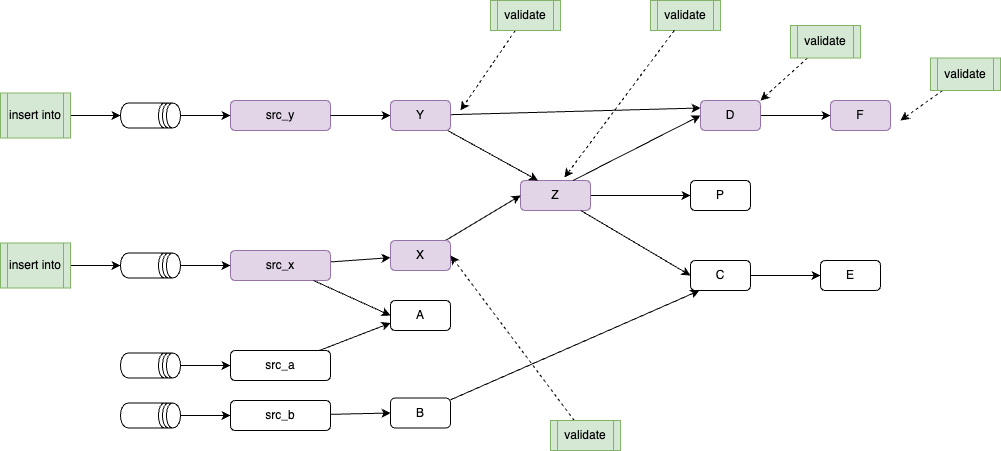
Before: docs/coding/images/test_frwk_flink_pipeline.drawio.png, a diagram exported from draw.io (jbcodeforce/shift_left_utils). Source tidied: cells renumbered, new cells last; positions are measured from the earlier drawing's top-left corner, leaving out a move shared by most shapes. The source it was exported from:
```xml
<mxGraphModel>
  <root>
    <mxCell id="0" />
    <mxCell id="1" parent="0" />
    <mxCell id="2" value="src_a" style="rounded=1;whiteSpace=wrap;html=1;" parent="1" vertex="1">
      <mxGeometry x="230" y="350" width="100" height="30" as="geometry" />
    </mxCell>
    <mxCell id="3" style="edgeStyle=none;html=1;" parent="1" edge="1" source="4" target="25">
      <mxGeometry relative="1" as="geometry" />
    </mxCell>
    <mxCell id="4" value="src_x" style="rounded=1;whiteSpace=wrap;html=1;fillColor=#e1d5e7;strokeColor=#9673a6;" parent="1" vertex="1">
      <mxGeometry x="230" y="250" width="100" height="30" as="geometry" />
    </mxCell>
    <mxCell id="5" value="src_y" style="rounded=1;whiteSpace=wrap;html=1;fillColor=#e1d5e7;strokeColor=#9673a6;" parent="1" vertex="1">
      <mxGeometry x="230" y="100" width="100" height="30" as="geometry" />
    </mxCell>
    <mxCell id="6" style="edgeStyle=none;html=1;" parent="1" edge="1" source="7" target="22">
      <mxGeometry relative="1" as="geometry" />
    </mxCell>
    <mxCell id="7" value="Z" style="rounded=1;whiteSpace=wrap;html=1;fillColor=#e1d5e7;strokeColor=#9673a6;" parent="1" vertex="1">
      <mxGeometry x="520" y="180" width="70" height="30" as="geometry" />
    </mxCell>
    <mxCell id="8" style="edgeStyle=none;html=1;entryX=0;entryY=0.5;entryDx=0;entryDy=0;exitX=1;exitY=0.5;exitDx=0;exitDy=0;" parent="1" edge="1" source="19" target="9">
      <mxGeometry relative="1" as="geometry" />
    </mxCell>
    <mxCell id="9" value="E" style="rounded=1;whiteSpace=wrap;html=1;" parent="1" vertex="1">
      <mxGeometry x="820" y="260" width="60" height="30" as="geometry" />
    </mxCell>
    <mxCell id="10" value="F" style="rounded=1;whiteSpace=wrap;html=1;fillColor=#e1d5e7;strokeColor=#9673a6;" parent="1" vertex="1">
      <mxGeometry x="830" y="100" width="60" height="30" as="geometry" />
    </mxCell>
    <mxCell id="11" style="edgeStyle=none;html=1;entryX=0;entryY=0.5;entryDx=0;entryDy=0;" parent="1" edge="1" source="5" target="18">
      <mxGeometry relative="1" as="geometry" />
    </mxCell>
    <mxCell id="12" style="edgeStyle=none;html=1;entryX=0;entryY=0.5;entryDx=0;entryDy=0;" parent="1" edge="1" source="4" target="23">
      <mxGeometry relative="1" as="geometry" />
    </mxCell>
    <mxCell id="13" style="edgeStyle=none;html=1;entryX=0;entryY=0.75;entryDx=0;entryDy=0;" parent="1" edge="1" source="2" target="23">
      <mxGeometry relative="1" as="geometry" />
    </mxCell>
    <mxCell id="14" style="edgeStyle=none;html=1;entryX=0;entryY=0.5;entryDx=0;entryDy=0;" parent="1" edge="1" source="7" target="19">
      <mxGeometry relative="1" as="geometry" />
    </mxCell>
    <mxCell id="15" style="edgeStyle=none;html=1;entryX=0;entryY=0.5;entryDx=0;entryDy=0;exitX=0.75;exitY=0;exitDx=0;exitDy=0;" parent="1" edge="1" source="7" target="21">
      <mxGeometry relative="1" as="geometry" />
    </mxCell>
    <mxCell id="16" style="edgeStyle=none;html=1;entryX=0.25;entryY=0;entryDx=0;entryDy=0;" parent="1" edge="1" source="18" target="7">
      <mxGeometry relative="1" as="geometry" />
    </mxCell>
    <mxCell id="17" style="edgeStyle=none;html=1;entryX=0;entryY=0.25;entryDx=0;entryDy=0;" parent="1" edge="1" source="18" target="21">
      <mxGeometry relative="1" as="geometry" />
    </mxCell>
    <mxCell id="18" value="Y" style="rounded=1;whiteSpace=wrap;html=1;fillColor=#e1d5e7;strokeColor=#9673a6;" parent="1" vertex="1">
      <mxGeometry x="390" y="100" width="60" height="30" as="geometry" />
    </mxCell>
    <mxCell id="19" value="C" style="rounded=1;whiteSpace=wrap;html=1;" parent="1" vertex="1">
      <mxGeometry x="690" y="260" width="60" height="30" as="geometry" />
    </mxCell>
    <mxCell id="20" style="edgeStyle=none;html=1;exitX=1;exitY=0.5;exitDx=0;exitDy=0;entryX=0;entryY=0.5;entryDx=0;entryDy=0;" parent="1" edge="1" source="21" target="10">
      <mxGeometry relative="1" as="geometry" />
    </mxCell>
    <mxCell id="21" value="D" style="rounded=1;whiteSpace=wrap;html=1;fillColor=#e1d5e7;strokeColor=#9673a6;" parent="1" vertex="1">
      <mxGeometry x="700" y="100" width="60" height="30" as="geometry" />
    </mxCell>
    <mxCell id="22" value="P" style="rounded=1;whiteSpace=wrap;html=1;" parent="1" vertex="1">
      <mxGeometry x="690" y="180" width="60" height="30" as="geometry" />
    </mxCell>
    <mxCell id="23" value="A" style="rounded=1;whiteSpace=wrap;html=1;" parent="1" vertex="1">
      <mxGeometry x="390" y="300" width="60" height="30" as="geometry" />
    </mxCell>
    <mxCell id="24" style="edgeStyle=none;html=1;entryX=0;entryY=0.5;entryDx=0;entryDy=0;" parent="1" edge="1" source="25" target="7">
      <mxGeometry relative="1" as="geometry" />
    </mxCell>
    <mxCell id="25" value="X" style="rounded=1;whiteSpace=wrap;html=1;fillColor=#e1d5e7;strokeColor=#9673a6;" parent="1" vertex="1">
      <mxGeometry x="390" y="240" width="60" height="30" as="geometry" />
    </mxCell>
    <mxCell id="26" style="edgeStyle=none;html=1;entryX=0;entryY=0.5;entryDx=0;entryDy=0;" parent="1" edge="1" source="27" target="5">
      <mxGeometry relative="1" as="geometry" />
    </mxCell>
    <mxCell id="27" style="shape=datastore;whiteSpace=wrap;html=1;direction=south;" parent="1" vertex="1">
      <mxGeometry x="120" y="102.5" width="60" height="25" as="geometry" />
    </mxCell>
    <mxCell id="28" style="edgeStyle=none;html=1;entryX=0;entryY=0.5;entryDx=0;entryDy=0;" parent="1" edge="1" source="29" target="4">
      <mxGeometry relative="1" as="geometry" />
    </mxCell>
    <mxCell id="29" style="shape=datastore;whiteSpace=wrap;html=1;direction=south;" parent="1" vertex="1">
      <mxGeometry x="120" y="252.5" width="60" height="25" as="geometry" />
    </mxCell>
    <mxCell id="30" style="edgeStyle=none;html=1;entryX=0;entryY=0.5;entryDx=0;entryDy=0;" parent="1" edge="1" source="31" target="2">
      <mxGeometry relative="1" as="geometry" />
    </mxCell>
    <mxCell id="31" style="shape=datastore;whiteSpace=wrap;html=1;direction=south;" parent="1" vertex="1">
      <mxGeometry x="120" y="352.5" width="60" height="25" as="geometry" />
    </mxCell>
    <mxCell id="32" value="B" style="rounded=1;whiteSpace=wrap;html=1;" parent="1" vertex="1">
      <mxGeometry x="390" y="397.5" width="60" height="30" as="geometry" />
    </mxCell>
    <mxCell id="33" style="edgeStyle=none;html=1;entryX=0.15;entryY=1;entryDx=0;entryDy=0;entryPerimeter=0;" parent="1" edge="1" source="32" target="19">
      <mxGeometry relative="1" as="geometry" />
    </mxCell>
    <mxCell id="34" style="edgeStyle=none;html=1;entryX=0;entryY=0.5;entryDx=0;entryDy=0;" parent="1" edge="1" source="35" target="32">
      <mxGeometry relative="1" as="geometry" />
    </mxCell>
    <mxCell id="35" value="src_b" style="rounded=1;whiteSpace=wrap;html=1;" parent="1" vertex="1">
      <mxGeometry x="230" y="400" width="100" height="30" as="geometry" />
    </mxCell>
    <mxCell id="36" style="edgeStyle=none;html=1;" parent="1" edge="1" source="37" target="35">
      <mxGeometry relative="1" as="geometry" />
    </mxCell>
    <mxCell id="37" style="shape=datastore;whiteSpace=wrap;html=1;direction=south;" parent="1" vertex="1">
      <mxGeometry x="120" y="402.5" width="60" height="25" as="geometry" />
    </mxCell>
    <mxCell id="38" style="edgeStyle=none;html=1;entryX=0.5;entryY=1;entryDx=0;entryDy=0;" parent="1" edge="1" source="39" target="27">
      <mxGeometry relative="1" as="geometry" />
    </mxCell>
    <mxCell id="39" value="insert into" style="shape=process;whiteSpace=wrap;html=1;backgroundOutline=1;fillColor=#d5e8d4;strokeColor=#82b366;" parent="1" vertex="1">
      <mxGeometry y="92.5" width="70" height="45" as="geometry" />
    </mxCell>
    <mxCell id="40" style="edgeStyle=none;html=1;entryX=0.5;entryY=1;entryDx=0;entryDy=0;" parent="1" edge="1" source="41" target="29">
      <mxGeometry relative="1" as="geometry" />
    </mxCell>
    <mxCell id="41" value="insert into" style="shape=process;whiteSpace=wrap;html=1;backgroundOutline=1;fillColor=#d5e8d4;strokeColor=#82b366;" parent="1" vertex="1">
      <mxGeometry y="242.5" width="70" height="45" as="geometry" />
    </mxCell>
    <mxCell id="42" style="edgeStyle=none;html=1;dashed=1;" parent="1" edge="1" source="43">
      <mxGeometry relative="1" as="geometry">
        <mxPoint x="900" y="120" as="targetPoint" />
      </mxGeometry>
    </mxCell>
    <mxCell id="43" value="validate" style="shape=process;whiteSpace=wrap;html=1;backgroundOutline=1;fillColor=#d5e8d4;strokeColor=#82b366;" parent="1" vertex="1">
      <mxGeometry x="930" y="57.5" width="70" height="32.5" as="geometry" />
    </mxCell>
    <mxCell id="44" style="edgeStyle=none;html=1;dashed=1;" parent="1" edge="1" source="45">
      <mxGeometry relative="1" as="geometry">
        <mxPoint x="460" y="110" as="targetPoint" />
      </mxGeometry>
    </mxCell>
    <mxCell id="45" value="validate" style="shape=process;whiteSpace=wrap;html=1;backgroundOutline=1;fillColor=#d5e8d4;strokeColor=#82b366;" parent="1" vertex="1">
      <mxGeometry x="490" width="70" height="30" as="geometry" />
    </mxCell>
    <mxCell id="46" value="validate" style="shape=process;whiteSpace=wrap;html=1;backgroundOutline=1;fillColor=#d5e8d4;strokeColor=#82b366;" parent="1" vertex="1">
      <mxGeometry x="650" width="70" height="30" as="geometry" />
    </mxCell>
    <mxCell id="47" style="edgeStyle=none;html=1;entryX=0.626;entryY=-0.097;entryDx=0;entryDy=0;entryPerimeter=0;dashed=1;" parent="1" edge="1" source="46" target="7">
      <mxGeometry relative="1" as="geometry" />
    </mxCell>
    <mxCell id="48" style="edgeStyle=none;html=1;entryX=1;entryY=0;entryDx=0;entryDy=0;dashed=1;" parent="1" edge="1" source="49" target="21">
      <mxGeometry relative="1" as="geometry" />
    </mxCell>
    <mxCell id="49" value="validate" style="shape=process;whiteSpace=wrap;html=1;backgroundOutline=1;fillColor=#d5e8d4;strokeColor=#82b366;" parent="1" vertex="1">
      <mxGeometry x="790" y="25" width="70" height="32.5" as="geometry" />
    </mxCell>
    <mxCell id="50" style="edgeStyle=none;html=1;entryX=1;entryY=0.5;entryDx=0;entryDy=0;dashed=1;" parent="1" edge="1" source="51" target="25">
      <mxGeometry relative="1" as="geometry" />
    </mxCell>
    <mxCell id="51" value="validate" style="shape=process;whiteSpace=wrap;html=1;backgroundOutline=1;fillColor=#d5e8d4;strokeColor=#82b366;" parent="1" vertex="1">
      <mxGeometry x="550" y="420" width="70" height="30" as="geometry" />
    </mxCell>
  </root>
</mxGraphModel>
```
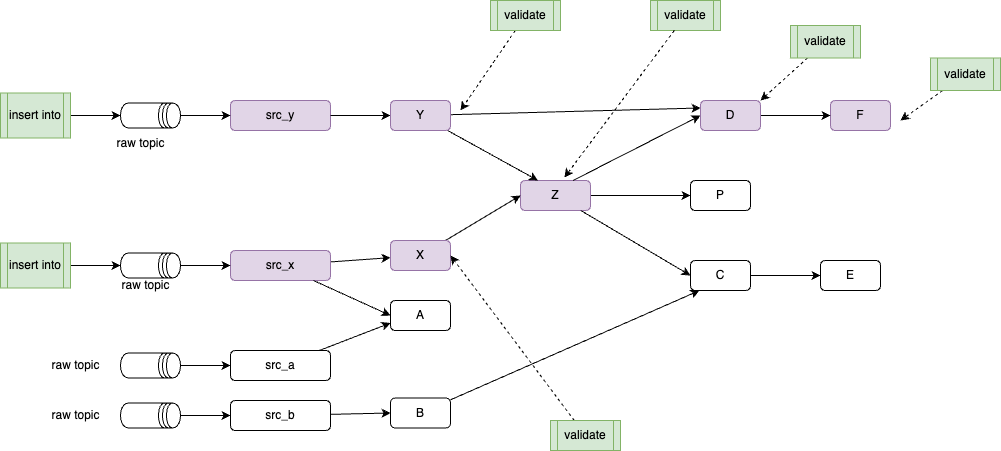
After the change.

What changed in the source:
```diff
@@ -156,5 +156,17 @@
     <mxCell id="51" value="validate" style="shape=process;whiteSpace=wrap;html=1;backgroundOutline=1;fillColor=#d5e8d4;strokeColor=#82b366;" parent="1" vertex="1">
       <mxGeometry x="550" y="420" width="70" height="30" as="geometry" />
     </mxCell>
+    <mxCell id="52" value="raw topic" style="text;html=1;align=center;verticalAlign=middle;strokeColor=none;fillColor=none;" parent="1" vertex="1">
+      <mxGeometry x="105" y="128" width="70" height="30" as="geometry" />
+    </mxCell>
+    <mxCell id="53" value="raw topic" style="text;html=1;align=center;verticalAlign=middle;strokeColor=none;fillColor=none;" parent="1" vertex="1">
+      <mxGeometry x="110" y="270" width="70" height="30" as="geometry" />
+    </mxCell>
+    <mxCell id="54" value="raw topic" style="text;html=1;align=center;verticalAlign=middle;strokeColor=none;fillColor=none;" parent="1" vertex="1">
+      <mxGeometry x="40" y="350" width="70" height="30" as="geometry" />
+    </mxCell>
+    <mxCell id="55" value="raw topic" style="text;html=1;align=center;verticalAlign=middle;strokeColor=none;fillColor=none;" parent="1" vertex="1">
+      <mxGeometry x="40" y="400" width="70" height="30" as="geometry" />
+    </mxCell>
   </root>
 </mxGraphModel>
```
